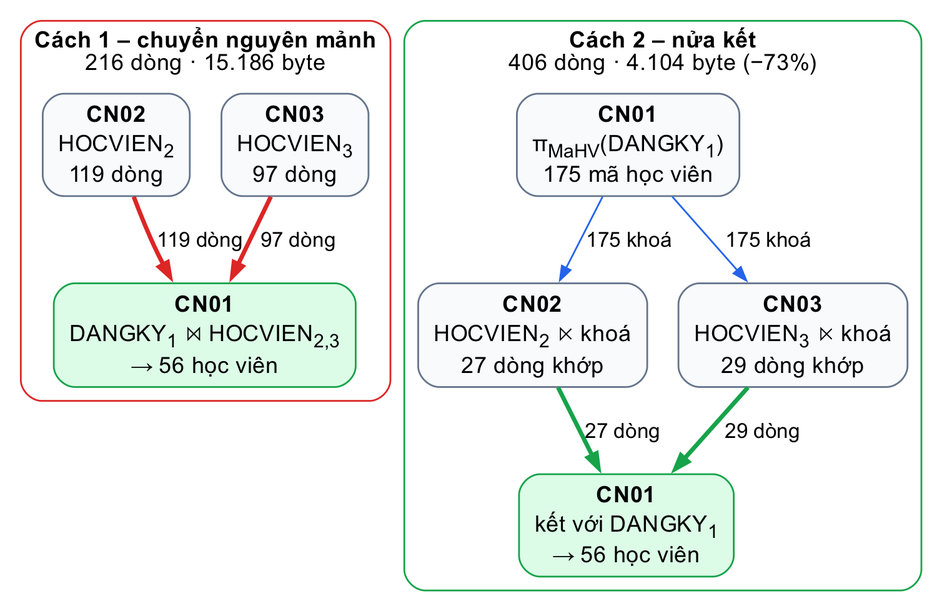
This is report/images/ch5/nua-ket.png from nhutruong-uit/ecms, a Graphviz export, as it was before one commit. Its source is kept beside it as report/images/ch5/nua-ket.dot. The source it was exported from:
```dot
digraph NuaKet {
  rankdir=TB; nodesep=0.25; ranksep=0.5; fontname="Arial"; bgcolor="white"; newrank=true;
  node [fontname="Arial", fontsize=13, shape=box, style="rounded,filled", color="#64748b", fillcolor="#f8fafc"];
  edge [fontname="Arial", fontsize=12, arrowsize=0.8];

  subgraph cluster_a {
    label=<<B>Cách 1 – chuyển nguyên mảnh</B><BR/>216 dòng · 15.186 byte>; fontsize=13; style="rounded"; color="#dc2626";
    A2 [label=<<TABLE BORDER="0" CELLBORDER="0" CELLSPACING="0"><TR><TD CELLPADDING="1"><B>CN02</B></TD></TR><TR><TD CELLPADDING="1">HOCVIEN<SUB>2</SUB></TD></TR><TR><TD CELLPADDING="1">119 dòng</TD></TR></TABLE>>];
    A3 [label=<<TABLE BORDER="0" CELLBORDER="0" CELLSPACING="0"><TR><TD CELLPADDING="1"><B>CN03</B></TD></TR><TR><TD CELLPADDING="1">HOCVIEN<SUB>3</SUB></TD></TR><TR><TD CELLPADDING="1">97 dòng</TD></TR></TABLE>>];
    A1 [label=<<TABLE BORDER="0" CELLBORDER="0" CELLSPACING="0"><TR><TD CELLPADDING="1"><B>CN01</B></TD></TR><TR><TD CELLPADDING="1">DANGKY<SUB>1</SUB> ⋈ HOCVIEN<SUB>2,3</SUB></TD></TR><TR><TD CELLPADDING="1">→ 56 học viên</TD></TR></TABLE>>, fillcolor="#dcfce7", color="#16a34a"];
    A2 -> A1 [label="119 dòng", color="#dc2626", penwidth=2.5];
    A3 -> A1 [label=" 97 dòng", color="#dc2626", penwidth=2.5];
  }

  subgraph cluster_b {
    label=<<B>Cách 2 – nửa kết</B><BR/>406 dòng · 4.104 byte (−73%)>; fontsize=13; style="rounded"; color="#16a34a";
    B1 [label=<<TABLE BORDER="0" CELLBORDER="0" CELLSPACING="0"><TR><TD CELLPADDING="1"><B>CN01</B></TD></TR><TR><TD CELLPADDING="1">π<SUB>MaHV</SUB>(DANGKY<SUB>1</SUB>)</TD></TR><TR><TD CELLPADDING="1">175 mã học viên</TD></TR></TABLE>>];
    B2 [label=<<TABLE BORDER="0" CELLBORDER="0" CELLSPACING="0"><TR><TD CELLPADDING="1"><B>CN02</B></TD></TR><TR><TD CELLPADDING="1">HOCVIEN<SUB>2</SUB> ⋉ khoá</TD></TR><TR><TD CELLPADDING="1">27 dòng khớp</TD></TR></TABLE>>];
    B3 [label=<<TABLE BORDER="0" CELLBORDER="0" CELLSPACING="0"><TR><TD CELLPADDING="1"><B>CN03</B></TD></TR><TR><TD CELLPADDING="1">HOCVIEN<SUB>3</SUB> ⋉ khoá</TD></TR><TR><TD CELLPADDING="1">29 dòng khớp</TD></TR></TABLE>>];
    B4 [label=<<TABLE BORDER="0" CELLBORDER="0" CELLSPACING="0"><TR><TD CELLPADDING="1"><B>CN01</B></TD></TR><TR><TD CELLPADDING="1">kết với DANGKY<SUB>1</SUB></TD></TR><TR><TD CELLPADDING="1">→ 56 học viên</TD></TR></TABLE>>, fillcolor="#dcfce7", color="#16a34a"];
    B1 -> B2 [label="175 khoá", color="#2563eb"];
    B1 -> B3 [label=" 175 khoá", color="#2563eb"];
    B2 -> B4 [label="27 dòng", color="#16a34a", penwidth=2.5];
    B3 -> B4 [label=" 29 dòng", color="#16a34a", penwidth=2.5];
  }
  { rank=same; A2; A3; B1; }
}
```
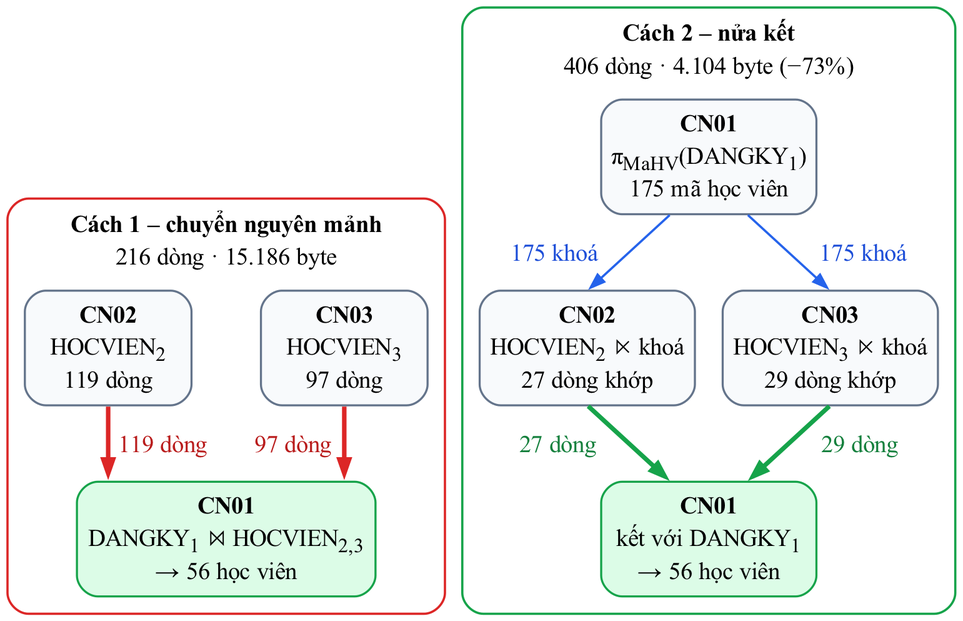
The same diagram one commit later.

Change to the diagram source:
```diff
@@ -1,27 +1,48 @@
 digraph NuaKet {
-  rankdir=TB; nodesep=0.25; ranksep=0.5; fontname="Arial"; bgcolor="white"; newrank=true;
-  node [fontname="Arial", fontsize=13, shape=box, style="rounded,filled", color="#64748b", fillcolor="#f8fafc"];
-  edge [fontname="Arial", fontsize=12, arrowsize=0.8];
+  graph [splines=line, pad=0.06, bgcolor="white"];
+  node  [fontname="Times New Roman,", fontsize=14, shape=box, style="rounded,filled", color="#64748b", fillcolor="#f8fafc",
+         fixedsize=true, height=0.9167, margin=0, penwidth=1.2];
+  edge  [arrowsize=0.8];
 
-  subgraph cluster_a {
-    label=<<B>Cách 1 – chuyển nguyên mảnh</B><BR/>216 dòng · 15.186 byte>; fontsize=13; style="rounded"; color="#dc2626";
-    A2 [label=<<TABLE BORDER="0" CELLBORDER="0" CELLSPACING="0"><TR><TD CELLPADDING="1"><B>CN02</B></TD></TR><TR><TD CELLPADDING="1">HOCVIEN<SUB>2</SUB></TD></TR><TR><TD CELLPADDING="1">119 dòng</TD></TR></TABLE>>];
-    A3 [label=<<TABLE BORDER="0" CELLBORDER="0" CELLSPACING="0"><TR><TD CELLPADDING="1"><B>CN03</B></TD></TR><TR><TD CELLPADDING="1">HOCVIEN<SUB>3</SUB></TD></TR><TR><TD CELLPADDING="1">97 dòng</TD></TR></TABLE>>];
-    A1 [label=<<TABLE BORDER="0" CELLBORDER="0" CELLSPACING="0"><TR><TD CELLPADDING="1"><B>CN01</B></TD></TR><TR><TD CELLPADDING="1">DANGKY<SUB>1</SUB> ⋈ HOCVIEN<SUB>2,3</SUB></TD></TR><TR><TD CELLPADDING="1">→ 56 học viên</TD></TR></TABLE>>, fillcolor="#dcfce7", color="#16a34a"];
-    A2 -> A1 [label="119 dòng", color="#dc2626", penwidth=2.5];
-    A3 -> A1 [label=" 97 dòng", color="#dc2626", penwidth=2.5];
-  }
+  k1 [pos="126,119.5!", width=3.5000, height=3.3194, label="", style="rounded", color="#dc2626", penwidth=1.3];
+  k2 [pos="404,174.5!", width=3.9444, height=4.8472, label="", style="rounded", color="#16a34a", penwidth=1.3];
+  node [shape=plain, style="", fixedsize=false, width=0, height=0];
+  t1 [pos="126,214.5!", label=<<TABLE BORDER="0" CELLBORDER="0" CELLSPACING="0"><TR><TD CELLPADDING="1"><B>Cách 1 – chuyển nguyên mảnh</B></TD></TR><TR><TD CELLPADDING="1">216 dòng · 15.186 byte</TD></TR></TABLE>>];
+  t2 [pos="404,324.5!", label=<<TABLE BORDER="0" CELLBORDER="0" CELLSPACING="0"><TR><TD CELLPADDING="1"><B>Cách 2 – nửa kết</B></TD></TR><TR><TD CELLPADDING="1">406 dòng · 4.104 byte (−73%)</TD></TR></TABLE>>];
 
-  subgraph cluster_b {
-    label=<<B>Cách 2 – nửa kết</B><BR/>406 dòng · 4.104 byte (−73%)>; fontsize=13; style="rounded"; color="#16a34a";
-    B1 [label=<<TABLE BORDER="0" CELLBORDER="0" CELLSPACING="0"><TR><TD CELLPADDING="1"><B>CN01</B></TD></TR><TR><TD CELLPADDING="1">π<SUB>MaHV</SUB>(DANGKY<SUB>1</SUB>)</TD></TR><TR><TD CELLPADDING="1">175 mã học viên</TD></TR></TABLE>>];
-    B2 [label=<<TABLE BORDER="0" CELLBORDER="0" CELLSPACING="0"><TR><TD CELLPADDING="1"><B>CN02</B></TD></TR><TR><TD CELLPADDING="1">HOCVIEN<SUB>2</SUB> ⋉ khoá</TD></TR><TR><TD CELLPADDING="1">27 dòng khớp</TD></TR></TABLE>>];
-    B3 [label=<<TABLE BORDER="0" CELLBORDER="0" CELLSPACING="0"><TR><TD CELLPADDING="1"><B>CN03</B></TD></TR><TR><TD CELLPADDING="1">HOCVIEN<SUB>3</SUB> ⋉ khoá</TD></TR><TR><TD CELLPADDING="1">29 dòng khớp</TD></TR></TABLE>>];
-    B4 [label=<<TABLE BORDER="0" CELLBORDER="0" CELLSPACING="0"><TR><TD CELLPADDING="1"><B>CN01</B></TD></TR><TR><TD CELLPADDING="1">kết với DANGKY<SUB>1</SUB></TD></TR><TR><TD CELLPADDING="1">→ 56 học viên</TD></TR></TABLE>>, fillcolor="#dcfce7", color="#16a34a"];
-    B1 -> B2 [label="175 khoá", color="#2563eb"];
-    B1 -> B3 [label=" 175 khoá", color="#2563eb"];
-    B2 -> B4 [label="27 dòng", color="#16a34a", penwidth=2.5];
-    B3 -> B4 [label=" 29 dòng", color="#16a34a", penwidth=2.5];
-  }
-  { rank=same; A2; A3; B1; }
+  node [shape=box, style="rounded,filled", fixedsize=true, height=0.9167];
+  A2 [pos="58,153!", width=1.3333, label=<<TABLE BORDER="0" CELLBORDER="0" CELLSPACING="0"><TR><TD CELLPADDING="1"><B>CN02</B></TD></TR><TR><TD CELLPADDING="1">HOCVIEN<SUB>2</SUB></TD></TR><TR><TD CELLPADDING="1">119 dòng</TD></TR></TABLE>>];
+  A3 [pos="194,153!", width=1.3333, label=<<TABLE BORDER="0" CELLBORDER="0" CELLSPACING="0"><TR><TD CELLPADDING="1"><B>CN03</B></TD></TR><TR><TD CELLPADDING="1">HOCVIEN<SUB>3</SUB></TD></TR><TR><TD CELLPADDING="1">97 dòng</TD></TR></TABLE>>];
+  A1 [pos="126,43!", width=2.3889, label=<<TABLE BORDER="0" CELLBORDER="0" CELLSPACING="0"><TR><TD CELLPADDING="1"><B>CN01</B></TD></TR><TR><TD CELLPADDING="1">DANGKY<SUB>1</SUB> ⋈ HOCVIEN<SUB>2,3</SUB></TD></TR><TR><TD CELLPADDING="1">→ 56 học viên</TD></TR></TABLE>>, fillcolor="#dcfce7", color="#16a34a"];
+
+  B1 [pos="404,263!", width=1.7222, label=<<TABLE BORDER="0" CELLBORDER="0" CELLSPACING="0"><TR><TD CELLPADDING="1"><B>CN01</B></TD></TR><TR><TD CELLPADDING="1">π<SUB>MaHV</SUB>(DANGKY<SUB>1</SUB>)</TD></TR><TR><TD CELLPADDING="1">175 mã học viên</TD></TR></TABLE>>];
+  B2 [pos="334,153!", width=1.7222, label=<<TABLE BORDER="0" CELLBORDER="0" CELLSPACING="0"><TR><TD CELLPADDING="1"><B>CN02</B></TD></TR><TR><TD CELLPADDING="1">HOCVIEN<SUB>2</SUB> ⋉ khoá</TD></TR><TR><TD CELLPADDING="1">27 dòng khớp</TD></TR></TABLE>>];
+  B3 [pos="474,153!", width=1.7222, label=<<TABLE BORDER="0" CELLBORDER="0" CELLSPACING="0"><TR><TD CELLPADDING="1"><B>CN03</B></TD></TR><TR><TD CELLPADDING="1">HOCVIEN<SUB>3</SUB> ⋉ khoá</TD></TR><TR><TD CELLPADDING="1">29 dòng khớp</TD></TR></TABLE>>];
+  B4 [pos="404,43!", width=1.7222, label=<<TABLE BORDER="0" CELLBORDER="0" CELLSPACING="0"><TR><TD CELLPADDING="1"><B>CN01</B></TD></TR><TR><TD CELLPADDING="1">kết với DANGKY<SUB>1</SUB></TD></TR><TR><TD CELLPADDING="1">→ 56 học viên</TD></TR></TABLE>>, fillcolor="#dcfce7", color="#16a34a"];
+
+  node [shape=point, width=0.01, height=0.01, style=invis, label=""];
+  p1 [pos="58,120!"];
+  q1 [pos="58,76!"];
+  p2 [pos="194,120!"];
+  q2 [pos="194,76!"];
+  p3 [pos="382,230!"];
+  q3 [pos="334,186!"];
+  p4 [pos="426,230!"];
+  q4 [pos="474,186!"];
+  p5 [pos="334,120!"];
+  q5 [pos="382,76!"];
+  p6 [pos="474,120!"];
+  q6 [pos="426,76!"];
+
+  node [shape=plain, style="", fixedsize=false, width=0, height=0];
+  n1 [pos="89.5,98!", label="119 dòng", fontcolor="#b91c1c"];
+  n2 [pos="164.5,98!", label="97 dòng", fontcolor="#b91c1c"];
+  n3 [pos="315,208!", label="175 khoá", fontcolor="#1d4ed8"];
+  n4 [pos="493,208!", label="175 khoá", fontcolor="#1d4ed8"];
+  n5 [pos="317,98!", label="27 dòng", fontcolor="#15803d"];
+  n6 [pos="491,98!", label="29 dòng", fontcolor="#15803d"];
+
+  p1 -> q1 [color="#dc2626", penwidth=2.6]; p2 -> q2 [color="#dc2626", penwidth=2.6];
+  p3 -> q3 [color="#2563eb", penwidth=1.3]; p4 -> q4 [color="#2563eb", penwidth=1.3];
+  p5 -> q5 [color="#16a34a", penwidth=2.6]; p6 -> q6 [color="#16a34a", penwidth=2.6];
 }
```
